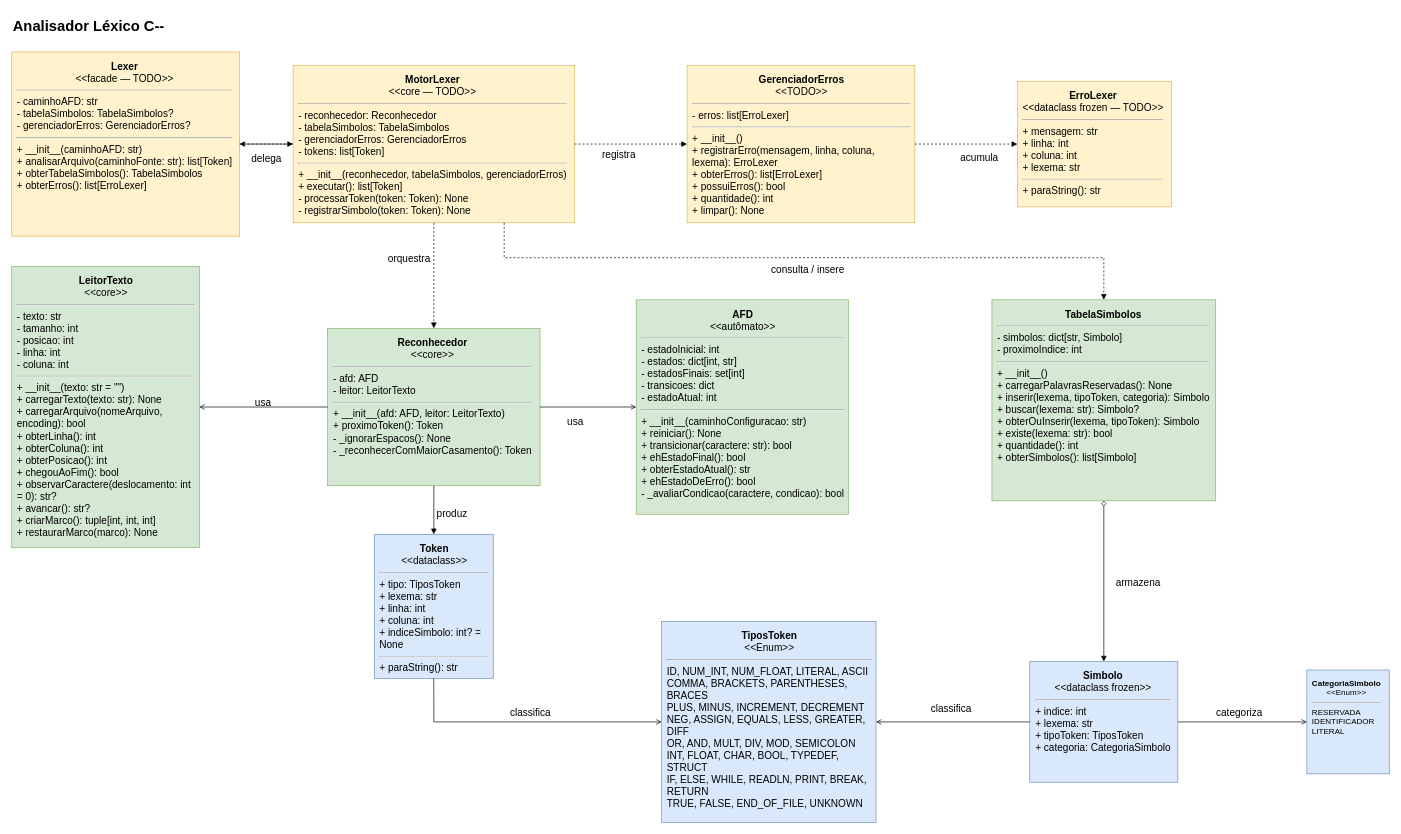
The draw.io diagram docs/AnalisadorLexico.drawio in Nicole-Garci/Compiladores, before the edit. Source tidied: cells renumbered, new cells numbered last; positions are measured from the earlier drawing's top-left corner, leaving out a move shared by most shapes. Both pictures are drawn from the tidied source at 67%, with x=0, y=0 at pixel (11, 11).
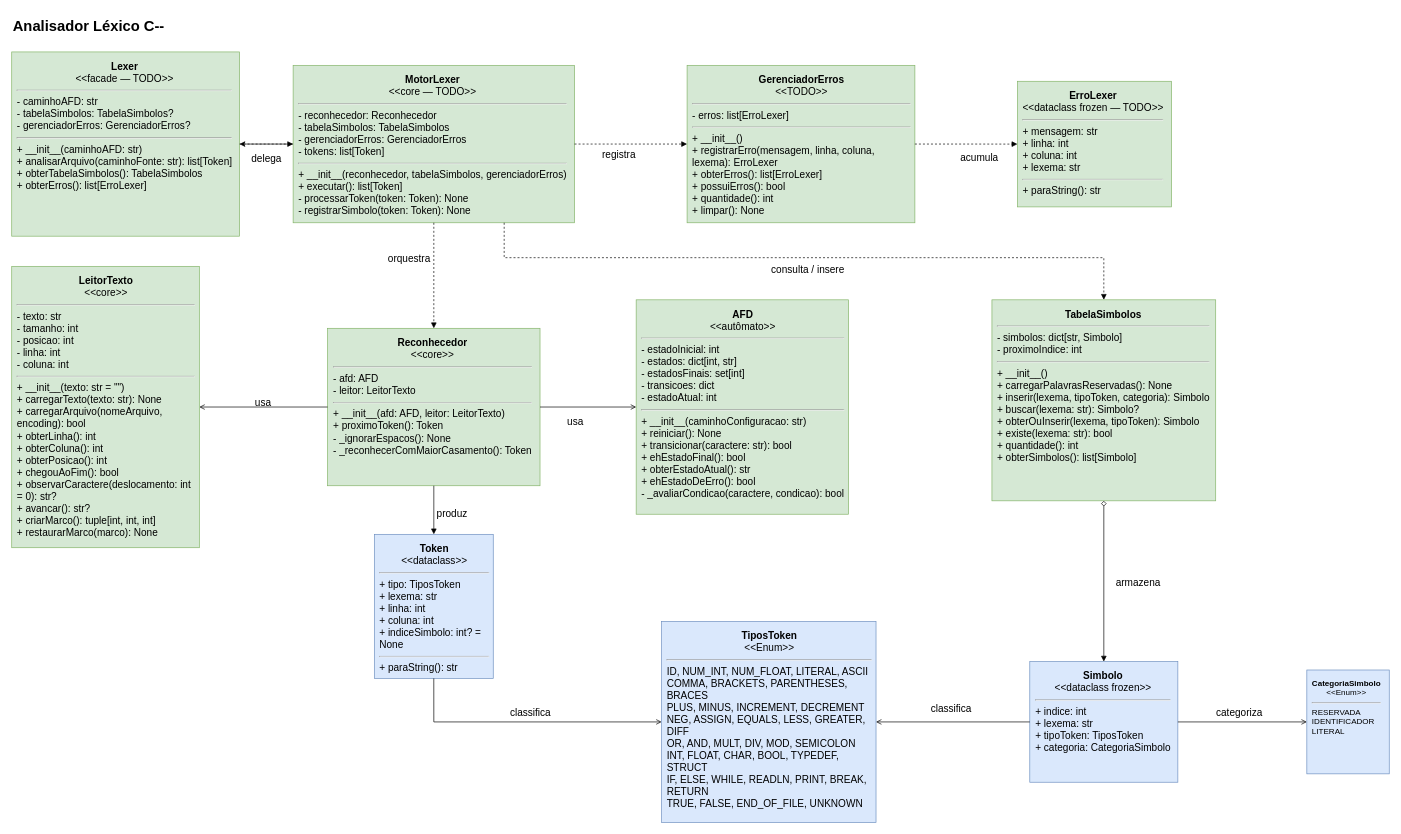
After the change.

Diff of the diagram source:
```diff
@@
-    <mxCell id="3" value="&lt;div style=&quot;text-align:center&quot;&gt;&lt;b&gt;Lexer&lt;/b&gt;&lt;br&gt;&amp;lt;&amp;lt;facade — TODO&amp;gt;&amp;gt;&lt;/div&gt;&lt;hr&gt;- caminhoAFD: str&lt;br&gt;- tabelaSimbolos: TabelaSimbolos?&lt;br&gt;- gerenciadorErros: GerenciadorErros?&lt;hr&gt;+ __init__(caminhoAFD: str)&lt;br&gt;+ analisarArquivo(caminhoFonte: str): list[Token]&lt;br&gt;+ obterTabelaSimbolos(): TabelaSimbolos&lt;br&gt;+ obterErros(): list[ErroLexer]" style="rounded=0;whiteSpace=wrap;html=1;verticalAlign=top;align=left;spacing=8;fillColor=#fff2cc;strokeColor=#d6b656;fontSize=15;" parent="1" vertex="1">
+    <mxCell id="3" value="&lt;div style=&quot;text-align:center&quot;&gt;&lt;b&gt;Lexer&lt;/b&gt;&lt;br&gt;&amp;lt;&amp;lt;facade — TODO&amp;gt;&amp;gt;&lt;/div&gt;&lt;hr&gt;- caminhoAFD: str&lt;br&gt;- tabelaSimbolos: TabelaSimbolos?&lt;br&gt;- gerenciadorErros: GerenciadorErros?&lt;hr&gt;+ __init__(caminhoAFD: str)&lt;br&gt;+ analisarArquivo(caminhoFonte: str): list[Token]&lt;br&gt;+ obterTabelaSimbolos(): TabelaSimbolos&lt;br&gt;+ obterErros(): list[ErroLexer]" style="rounded=0;whiteSpace=wrap;html=1;verticalAlign=top;align=left;spacing=8;fillColor=#d5e8d4;strokeColor=#82b366;fontSize=15;fontFamily=Helvetica;fontColor=default;" parent="1" vertex="1">
       <mxGeometry y="60" width="340" height="275" as="geometry" />
     </mxCell>
@@
-    <mxCell id="5" value="&lt;div style=&quot;text-align:center&quot;&gt;&lt;b&gt;MotorLexer&lt;/b&gt;&lt;br&gt;&amp;lt;&amp;lt;core — TODO&amp;gt;&amp;gt;&lt;/div&gt;&lt;hr&gt;- reconhecedor: Reconhecedor&lt;br&gt;- tabelaSimbolos: TabelaSimbolos&lt;br&gt;- gerenciadorErros: GerenciadorErros&lt;br&gt;- tokens: list[Token]&lt;hr&gt;+ __init__(reconhecedor, tabelaSimbolos, gerenciadorErros)&lt;br&gt;+ executar(): list[Token]&lt;br&gt;- processarToken(token: Token): None&lt;br&gt;- registrarSimbolo(token: Token): None" style="rounded=0;whiteSpace=wrap;html=1;verticalAlign=top;align=left;spacing=8;fillColor=#fff2cc;strokeColor=#d6b656;fontSize=15;" parent="1" vertex="1">
+    <mxCell id="5" value="&lt;div style=&quot;text-align:center&quot;&gt;&lt;b&gt;MotorLexer&lt;/b&gt;&lt;br&gt;&amp;lt;&amp;lt;core — TODO&amp;gt;&amp;gt;&lt;/div&gt;&lt;hr&gt;- reconhecedor: Reconhecedor&lt;br&gt;- tabelaSimbolos: TabelaSimbolos&lt;br&gt;- gerenciadorErros: GerenciadorErros&lt;br&gt;- tokens: list[Token]&lt;hr&gt;+ __init__(reconhecedor, tabelaSimbolos, gerenciadorErros)&lt;br&gt;+ executar(): list[Token]&lt;br&gt;- processarToken(token: Token): None&lt;br&gt;- registrarSimbolo(token: Token): None" style="rounded=0;whiteSpace=wrap;html=1;verticalAlign=top;align=left;spacing=8;fillColor=#d5e8d4;strokeColor=#82b366;fontSize=15;fontFamily=Helvetica;fontColor=default;" parent="1" vertex="1">
       <mxGeometry x="420" y="80" width="420" height="235" as="geometry" />
     </mxCell>
-    <mxCell id="6" value="&lt;div style=&quot;text-align:center&quot;&gt;&lt;b&gt;GerenciadorErros&lt;/b&gt;&lt;br&gt;&amp;lt;&amp;lt;TODO&amp;gt;&amp;gt;&lt;/div&gt;&lt;hr&gt;- erros: list[ErroLexer]&lt;hr&gt;+ __init__()&lt;br&gt;+ registrarErro(mensagem, linha, coluna, lexema): ErroLexer&lt;br&gt;+ obterErros(): list[ErroLexer]&lt;br&gt;+ possuiErros(): bool&lt;br&gt;+ quantidade(): int&lt;br&gt;+ limpar(): None" style="rounded=0;whiteSpace=wrap;html=1;verticalAlign=top;align=left;spacing=8;fillColor=#fff2cc;strokeColor=#d6b656;fontSize=15;" parent="1" vertex="1">
+    <mxCell id="6" value="&lt;div style=&quot;text-align:center&quot;&gt;&lt;b&gt;GerenciadorErros&lt;/b&gt;&lt;br&gt;&amp;lt;&amp;lt;TODO&amp;gt;&amp;gt;&lt;/div&gt;&lt;hr&gt;- erros: list[ErroLexer]&lt;hr&gt;+ __init__()&lt;br&gt;+ registrarErro(mensagem, linha, coluna, lexema): ErroLexer&lt;br&gt;+ obterErros(): list[ErroLexer]&lt;br&gt;+ possuiErros(): bool&lt;br&gt;+ quantidade(): int&lt;br&gt;+ limpar(): None" style="rounded=0;whiteSpace=wrap;html=1;verticalAlign=top;align=left;spacing=8;fillColor=#d5e8d4;strokeColor=#82b366;fontSize=15;fontFamily=Helvetica;fontColor=default;" parent="1" vertex="1">
       <mxGeometry x="1008" y="80" width="340" height="235" as="geometry" />
     </mxCell>
-    <mxCell id="7" value="&lt;div style=&quot;text-align:center&quot;&gt;&lt;b&gt;ErroLexer&lt;/b&gt;&lt;br&gt;&amp;lt;&amp;lt;dataclass frozen — TODO&amp;gt;&amp;gt;&lt;/div&gt;&lt;hr&gt;+ mensagem: str&lt;br&gt;+ linha: int&lt;br&gt;+ coluna: int&lt;br&gt;+ lexema: str&lt;hr&gt;+ paraString(): str" style="rounded=0;whiteSpace=wrap;html=1;verticalAlign=top;align=left;spacing=8;fillColor=#fff2cc;strokeColor=#d6b656;fontSize=15;" parent="1" vertex="1">
+    <mxCell id="7" value="&lt;div style=&quot;text-align:center&quot;&gt;&lt;b&gt;ErroLexer&lt;/b&gt;&lt;br&gt;&amp;lt;&amp;lt;dataclass frozen — TODO&amp;gt;&amp;gt;&lt;/div&gt;&lt;hr&gt;+ mensagem: str&lt;br&gt;+ linha: int&lt;br&gt;+ coluna: int&lt;br&gt;+ lexema: str&lt;hr&gt;+ paraString(): str" style="rounded=0;whiteSpace=wrap;html=1;verticalAlign=top;align=left;spacing=8;fillColor=#d5e8d4;strokeColor=#82b366;fontSize=15;fontFamily=Helvetica;fontColor=default;" parent="1" vertex="1">
       <mxGeometry x="1501" y="103.8" width="230" height="187.5" as="geometry" />
     </mxCell>
```
